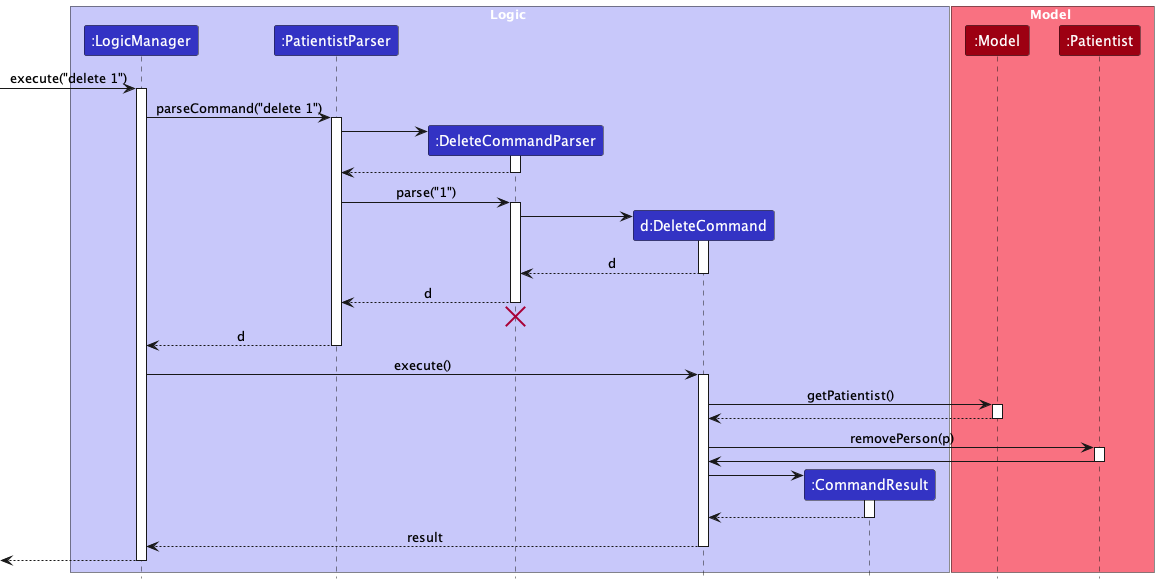
Above: docs/images/DeleteSequenceDiagram.png in nus-cs2103-AY2223S2/tp (PlantUML), before the change. The source it was exported from:
```plantuml
@startuml
!include style.puml

box Logic LOGIC_COLOR_T1
participant ":LogicManager" as LogicManager LOGIC_COLOR
participant ":PatientistParser" as PatientistParser LOGIC_COLOR
participant ":DeleteCommandParser" as DeleteCommandParser LOGIC_COLOR
participant "d:DeleteCommand" as DeleteCommand LOGIC_COLOR
participant ":CommandResult" as CommandResult LOGIC_COLOR
end box

box Model MODEL_COLOR_T1
participant ":Model" as Model MODEL_COLOR
participant ":Patientist" as Patientist MODEL_COLOR

end box

[-> LogicManager : execute("delete 1")
activate LogicManager

LogicManager -> PatientistParser : parseCommand("delete 1")
activate PatientistParser

create DeleteCommandParser
PatientistParser -> DeleteCommandParser
activate DeleteCommandParser

DeleteCommandParser --> PatientistParser
deactivate DeleteCommandParser

PatientistParser -> DeleteCommandParser : parse("1")
activate DeleteCommandParser

create DeleteCommand
DeleteCommandParser -> DeleteCommand
activate DeleteCommand

DeleteCommand --> DeleteCommandParser : d
deactivate DeleteCommand

DeleteCommandParser --> PatientistParser : d
deactivate DeleteCommandParser
DeleteCommandParser -[hidden]-> PatientistParser
destroy DeleteCommandParser

PatientistParser --> LogicManager : d
deactivate PatientistParser

LogicManager -> DeleteCommand : execute()
activate DeleteCommand

DeleteCommand -> Model : getPatientist()
activate Model

Model --> DeleteCommand
deactivate Model

DeleteCommand -> Patientist : removePerson(p)
activate Patientist

Patientist -> DeleteCommand
deactivate Patientist

create CommandResult
DeleteCommand -> CommandResult
activate CommandResult

CommandResult --> DeleteCommand
deactivate CommandResult

DeleteCommand --> LogicManager : result
deactivate DeleteCommand

[<--LogicManager
deactivate LogicManager
@enduml
```
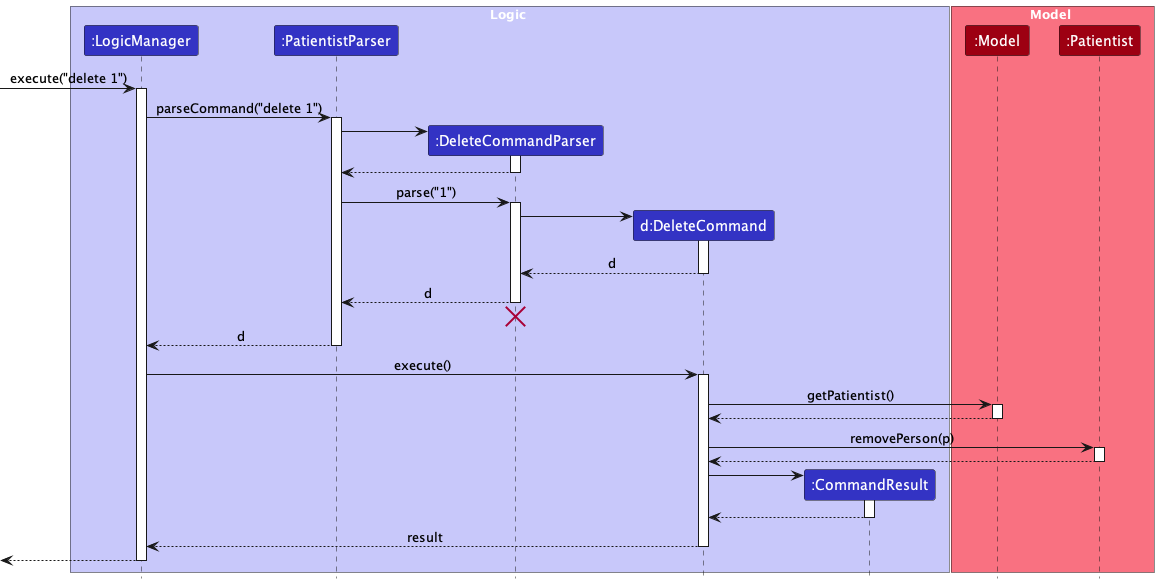
After the commit.

What changed in the source:
```diff
@@ -58,7 +58,7 @@
 DeleteCommand -> Patientist : removePerson(p)
 activate Patientist
 
-Patientist -> DeleteCommand
+Patientist --> DeleteCommand
 deactivate Patientist
 
 create CommandResult
```
